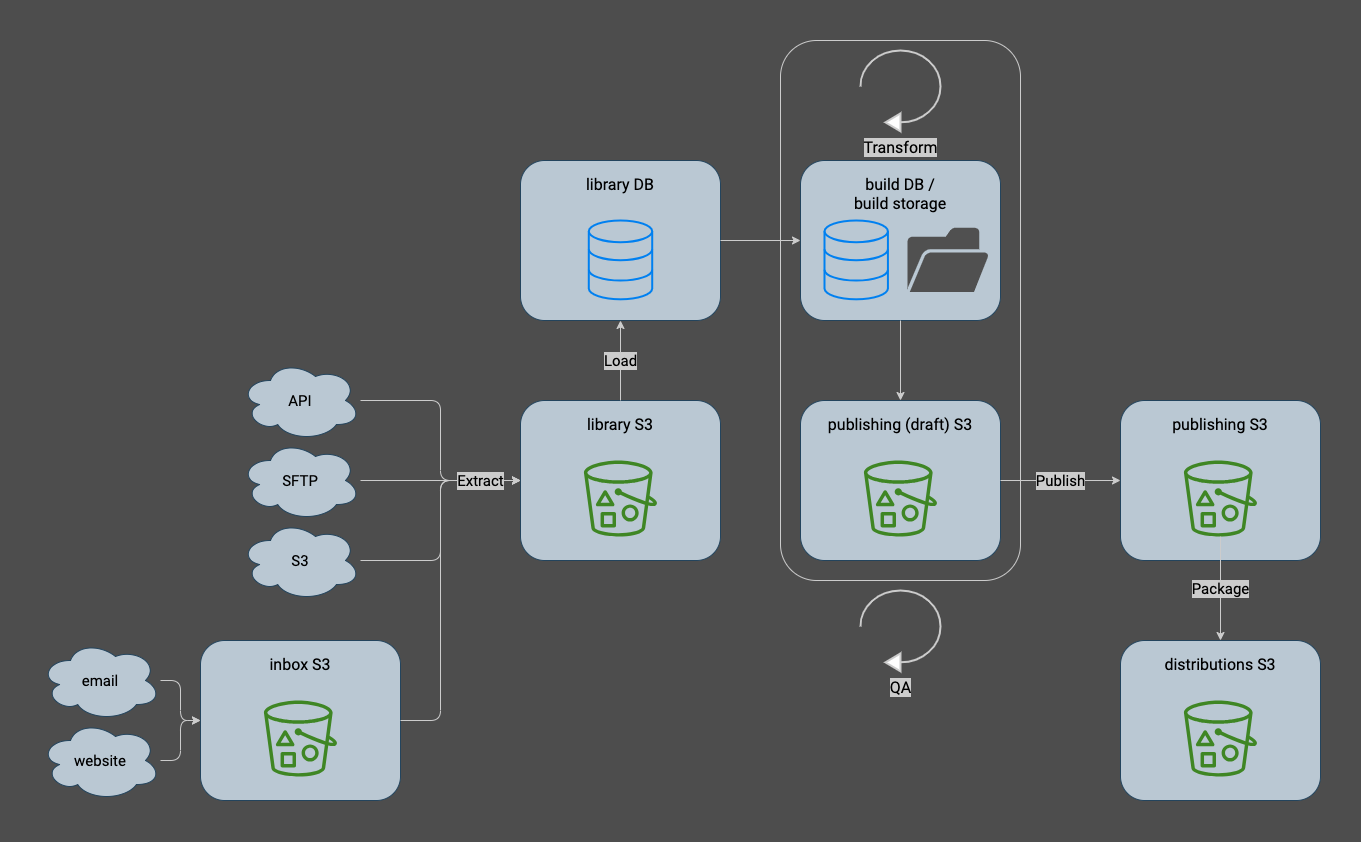
Above: docs/diagrams/data_platform.drawio.png in NYCPlanning/data-engineering (draw.io), before the change. Source tidied: cells renumbered, new cells last; positions are measured from the earlier drawing's top-left corner, leaving out a move shared by most shapes.
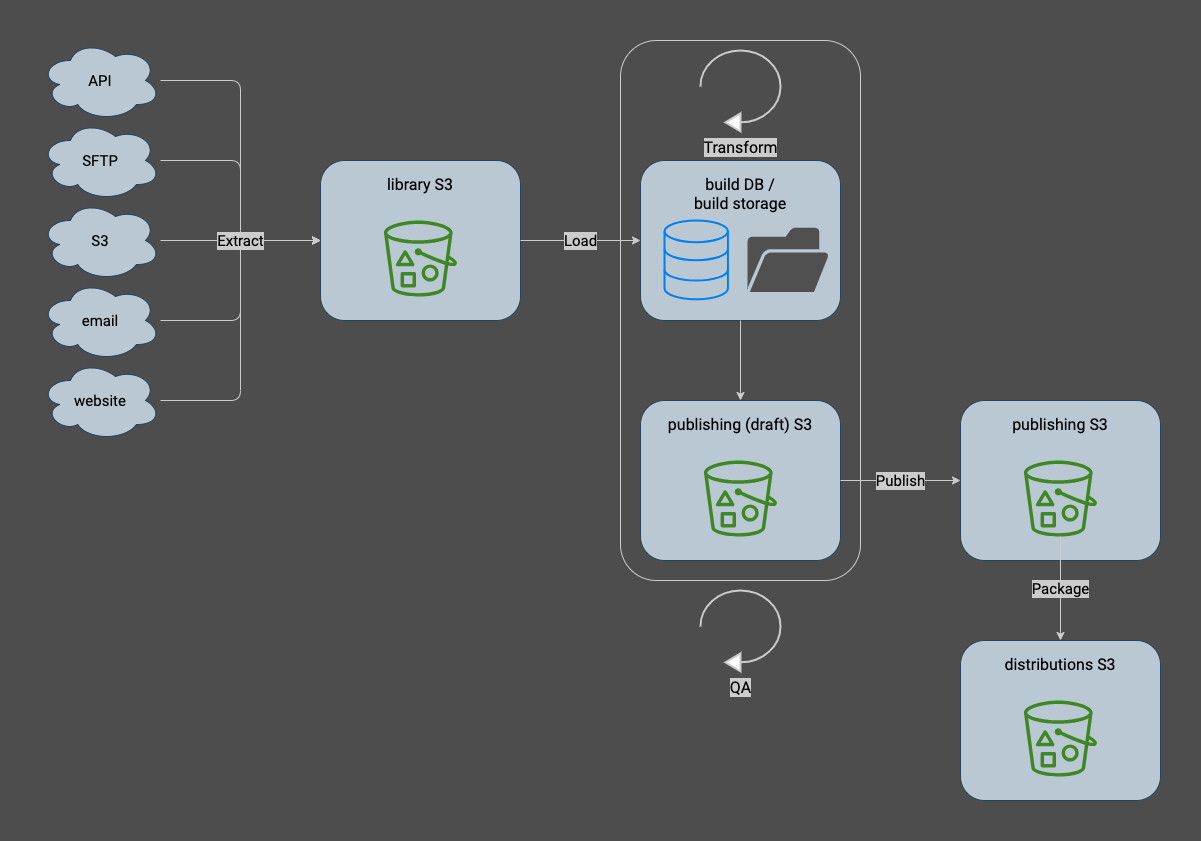
Above is the later version.

Commit message:
simplify data platform diagram

to reflect current state rather than roadmap ideas

The edit, as a diff of the source:
```diff
@@ -5,43 +5,35 @@
     <mxCell id="2" style="rounded=1;whiteSpace=wrap;html=1;fontFamily=Roboto;fontSource=https%3A%2F%2Ffonts.googleapis.com%2Fcss%3Ffamily%3DRoboto;fontSize=15;fontColor=#000000;fillColor=none;strokeColor=#CCCCCC;" parent="1" vertex="1">
       <mxGeometry x="740" width="240" height="540" as="geometry" />
     </mxCell>
-    <mxCell id="3" style="edgeStyle=orthogonalEdgeStyle;shape=connector;rounded=1;html=1;entryX=0;entryY=0.5;entryDx=0;entryDy=0;labelBackgroundColor=default;strokeColor=#CCCCCC;fontFamily=Roboto;fontSource=https%3A%2F%2Ffonts.googleapis.com%2Fcss%3Ffamily%3DRoboto;fontSize=15;fontColor=#000000;endArrow=classic;" parent="1" edge="1" source="4" target="14">
-      <mxGeometry relative="1" as="geometry">
-        <Array as="points">
-          <mxPoint x="400" y="360" />
-          <mxPoint x="400" y="440" />
-        </Array>
-      </mxGeometry>
+    <mxCell id="3" style="edgeStyle=orthogonalEdgeStyle;shape=connector;rounded=1;html=1;entryX=0;entryY=0.5;entryDx=0;entryDy=0;labelBackgroundColor=#CCCCCC;labelBorderColor=none;strokeColor=#CCCCCC;fontFamily=Roboto;fontSource=https%3A%2F%2Ffonts.googleapis.com%2Fcss%3Ffamily%3DRoboto;fontSize=15;fontColor=#000000;endArrow=classic;" parent="1" edge="1" source="4" target="14">
+      <mxGeometry relative="1" as="geometry" />
     </mxCell>
     <mxCell id="4" value="API" style="ellipse;shape=cloud;whiteSpace=wrap;html=1;fontSize=15;fillColor=#bac8d3;strokeColor=#23445d;fontFamily=Roboto;fontSource=https%3A%2F%2Ffonts.googleapis.com%2Fcss%3Ffamily%3DRoboto;" parent="1" vertex="1">
-      <mxGeometry x="200" y="320" width="120" height="80" as="geometry" />
+      <mxGeometry x="160" width="120" height="80" as="geometry" />
     </mxCell>
-    <mxCell id="5" style="edgeStyle=orthogonalEdgeStyle;shape=connector;rounded=1;html=1;entryX=0;entryY=0.5;entryDx=0;entryDy=0;labelBackgroundColor=default;strokeColor=#CCCCCC;fontFamily=Roboto;fontSource=https%3A%2F%2Ffonts.googleapis.com%2Fcss%3Ffamily%3DRoboto;fontSize=15;fontColor=#000000;endArrow=classic;" parent="1" edge="1" source="6" target="26">
-      <mxGeometry relative="1" as="geometry" />
-    </mxCell>
+    <mxCell id="43" style="edgeStyle=orthogonalEdgeStyle;shape=connector;rounded=1;html=1;entryX=0;entryY=0.5;entryDx=0;entryDy=0;labelBackgroundColor=#CCCCCC;labelBorderColor=none;strokeColor=#CCCCCC;fontFamily=Roboto;fontSource=https%3A%2F%2Ffonts.googleapis.com%2Fcss%3Ffamily%3DRoboto;fontSize=15;fontColor=#000000;endArrow=classic;" parent="1" edge="1" source="6" target="14">
+      <mxGeometry relative="1" as="geometry" />
+    </mxCell>
     <mxCell id="6" value="email" style="ellipse;shape=cloud;whiteSpace=wrap;html=1;fontSize=15;fillColor=#bac8d3;strokeColor=#23445d;fontFamily=Roboto;fontSource=https%3A%2F%2Ffonts.googleapis.com%2Fcss%3Ffamily%3DRoboto;" parent="1" vertex="1">
-      <mxGeometry y="600" width="120" height="80" as="geometry" />
+      <mxGeometry x="160" y="240" width="120" height="80" as="geometry" />
     </mxCell>
-    <mxCell id="7" style="edgeStyle=orthogonalEdgeStyle;shape=connector;rounded=1;html=1;entryX=0;entryY=0.5;entryDx=0;entryDy=0;labelBackgroundColor=default;strokeColor=#CCCCCC;fontFamily=Roboto;fontSource=https%3A%2F%2Ffonts.googleapis.com%2Fcss%3Ffamily%3DRoboto;fontSize=15;fontColor=#000000;endArrow=classic;" parent="1" edge="1" source="8" target="26">
-      <mxGeometry relative="1" as="geometry" />
-    </mxCell>
+    <mxCell id="44" style="edgeStyle=orthogonalEdgeStyle;shape=connector;rounded=1;html=1;entryX=0;entryY=0.5;entryDx=0;entryDy=0;labelBackgroundColor=#CCCCCC;labelBorderColor=none;strokeColor=#CCCCCC;fontFamily=Roboto;fontSource=https%3A%2F%2Ffonts.googleapis.com%2Fcss%3Ffamily%3DRoboto;fontSize=15;fontColor=#000000;endArrow=classic;" parent="1" edge="1" source="8" target="14">
+      <mxGeometry relative="1" as="geometry" />
+    </mxCell>
     <mxCell id="8" value="website" style="ellipse;shape=cloud;whiteSpace=wrap;html=1;fontSize=15;fillColor=#bac8d3;strokeColor=#23445d;fontFamily=Roboto;fontSource=https%3A%2F%2Ffonts.googleapis.com%2Fcss%3Ffamily%3DRoboto;" parent="1" vertex="1">
-      <mxGeometry y="680" width="120" height="80" as="geometry" />
+      <mxGeometry x="160" y="320" width="120" height="80" as="geometry" />
     </mxCell>
-    <mxCell id="9" style="edgeStyle=orthogonalEdgeStyle;shape=connector;rounded=1;html=1;entryX=0;entryY=0.5;entryDx=0;entryDy=0;labelBackgroundColor=default;strokeColor=#CCCCCC;fontFamily=Roboto;fontSource=https%3A%2F%2Ffonts.googleapis.com%2Fcss%3Ffamily%3DRoboto;fontSize=15;fontColor=#000000;endArrow=classic;" parent="1" edge="1" source="10" target="14">
-      <mxGeometry relative="1" as="geometry" />
-    </mxCell>
     <mxCell id="10" value="S3" style="ellipse;shape=cloud;whiteSpace=wrap;html=1;fontSize=15;fillColor=#bac8d3;strokeColor=#23445d;fontFamily=Roboto;fontSource=https%3A%2F%2Ffonts.googleapis.com%2Fcss%3Ffamily%3DRoboto;" parent="1" vertex="1">
-      <mxGeometry x="200" y="480" width="120" height="80" as="geometry" />
+      <mxGeometry x="160" y="160" width="120" height="80" as="geometry" />
     </mxCell>
-    <mxCell id="11" style="edgeStyle=orthogonalEdgeStyle;shape=connector;rounded=1;html=1;entryX=0;entryY=0.5;entryDx=0;entryDy=0;labelBackgroundColor=default;strokeColor=#CCCCCC;fontFamily=Roboto;fontSource=https%3A%2F%2Ffonts.googleapis.com%2Fcss%3Ffamily%3DRoboto;fontSize=15;fontColor=#000000;endArrow=classic;" parent="1" edge="1" source="12" target="14">
+    <mxCell id="11" style="edgeStyle=orthogonalEdgeStyle;shape=connector;rounded=1;html=1;entryX=0;entryY=0.5;entryDx=0;entryDy=0;labelBackgroundColor=#CCCCCC;labelBorderColor=none;strokeColor=#CCCCCC;fontFamily=Roboto;fontSource=https%3A%2F%2Ffonts.googleapis.com%2Fcss%3Ffamily%3DRoboto;fontSize=15;fontColor=#000000;endArrow=classic;" parent="1" edge="1" source="12" target="14">
       <mxGeometry relative="1" as="geometry" />
     </mxCell>
     <mxCell id="12" value="SFTP" style="ellipse;shape=cloud;whiteSpace=wrap;html=1;fontSize=15;fillColor=#bac8d3;strokeColor=#23445d;fontFamily=Roboto;fontSource=https%3A%2F%2Ffonts.googleapis.com%2Fcss%3Ffamily%3DRoboto;" parent="1" vertex="1">
-      <mxGeometry x="200" y="400" width="120" height="80" as="geometry" />
+      <mxGeometry x="160" y="80" width="120" height="80" as="geometry" />
     </mxCell>
     <mxCell id="13" style="group;fontFamily=Roboto;fontSource=https%3A%2F%2Ffonts.googleapis.com%2Fcss%3Ffamily%3DRoboto;fontSize=10;" parent="1" vertex="1">
-      <mxGeometry x="480" y="360" width="200" height="160" as="geometry" />
+      <mxGeometry x="440" y="120" width="200" height="160" as="geometry" />
     </mxCell>
     <mxCell id="14" value="library S3" style="rounded=1;whiteSpace=wrap;html=1;fontFamily=Roboto;fontSize=16;fontColor=default;align=center;strokeColor=#23445d;fillColor=#bac8d3;fillStyle=solid;verticalAlign=top;spacing=10;fontSource=https%3A%2F%2Ffonts.googleapis.com%2Fcss%3Ffamily%3DRoboto;" parent="13" vertex="1">
       <mxGeometry width="200" height="160" as="geometry" />
@@ -61,7 +53,7 @@
     <mxCell id="19" style="sketch=0;shadow=0;dashed=0;html=1;strokeColor=none;fillColor=#505050;labelPosition=center;verticalLabelPosition=bottom;verticalAlign=top;align=center;shape=mxgraph.office.concepts.folder_open;fontSize=16;" parent="16" vertex="1">
       <mxGeometry x="107" y="67.3" width="81.5" height="64.1" as="geometry" />
     </mxCell>
-    <mxCell id="20" value="Load" style="edgeStyle=orthogonalEdgeStyle;html=1;fontSize=15;fontColor=#000000;strokeColor=#CCCCCC;exitX=0.5;exitY=0;exitDx=0;exitDy=0;entryX=0.5;entryY=1;entryDx=0;entryDy=0;fontFamily=Roboto;fontSource=https%3A%2F%2Ffonts.googleapis.com%2Fcss%3Ffamily%3DRoboto;labelBackgroundColor=#CCCCCC;labelBorderColor=none;" parent="1" edge="1" source="14" target="34">
+    <mxCell id="20" value="Load" style="edgeStyle=orthogonalEdgeStyle;html=1;fontSize=15;fontColor=#000000;strokeColor=#CCCCCC;exitX=1;exitY=0.5;exitDx=0;exitDy=0;entryX=0;entryY=0.5;entryDx=0;entryDy=0;fontFamily=Roboto;fontSource=https%3A%2F%2Ffonts.googleapis.com%2Fcss%3Ffamily%3DRoboto;labelBackgroundColor=#CCCCCC;labelBorderColor=none;" parent="1" edge="1" source="14" target="17">
       <mxGeometry relative="1" as="geometry" />
     </mxCell>
     <mxCell id="21" style="group;fontFamily=Roboto;fontSource=https%3A%2F%2Ffonts.googleapis.com%2Fcss%3Ffamily%3DRoboto;fontSize=10;" parent="1" vertex="1">
@@ -76,23 +68,6 @@
     <mxCell id="24" style="edgeStyle=orthogonalEdgeStyle;shape=connector;rounded=1;html=1;labelBackgroundColor=#CCCCCC;strokeColor=#CCCCCC;fontFamily=Roboto;fontSource=https%3A%2F%2Ffonts.googleapis.com%2Fcss%3Ffamily%3DRoboto;fontSize=15;fontColor=#000000;endArrow=classic;labelBorderColor=none;exitX=0.5;exitY=1;exitDx=0;exitDy=0;entryX=0.5;entryY=0;entryDx=0;entryDy=0;" parent="1" edge="1" source="17" target="30">
       <mxGeometry relative="1" as="geometry" />
     </mxCell>
-    <mxCell id="25" style="group;fontFamily=Roboto;fontSource=https%3A%2F%2Ffonts.googleapis.com%2Fcss%3Ffamily%3DRoboto;fontSize=10;" parent="1" vertex="1">
-      <mxGeometry x="160" y="600" width="200" height="160" as="geometry" />
-    </mxCell>
-    <mxCell id="26" value="inbox S3" style="rounded=1;whiteSpace=wrap;html=1;fontFamily=Roboto;fontSize=16;fontColor=default;align=center;strokeColor=#23445d;fillColor=#bac8d3;fillStyle=solid;verticalAlign=top;spacing=10;fontSource=https%3A%2F%2Ffonts.googleapis.com%2Fcss%3Ffamily%3DRoboto;" parent="25" vertex="1">
-      <mxGeometry width="200" height="160" as="geometry" />
-    </mxCell>
-    <mxCell id="27" style="sketch=0;fontColor=#232F3E;gradientColor=none;fillColor=#3F8624;strokeColor=none;dashed=0;verticalLabelPosition=bottom;verticalAlign=top;align=center;html=1;fontSize=16;fontStyle=0;shape=mxgraph.aws4.bucket_with_objects;fontFamily=Roboto;fontSource=https%3A%2F%2Ffonts.googleapis.com%2Fcss%3Ffamily%3DRoboto;" parent="25" vertex="1">
-      <mxGeometry x="63.4" y="60" width="73.2" height="76.1" as="geometry" />
-    </mxCell>
-    <mxCell id="28" value="Extract" style="edgeStyle=orthogonalEdgeStyle;shape=connector;rounded=1;html=1;labelBackgroundColor=#CCCCCC;strokeColor=#CCCCCC;fontFamily=Roboto;fontSize=15;fontColor=#000000;endArrow=classic;entryX=0;entryY=0.5;entryDx=0;entryDy=0;fontSource=https%3A%2F%2Ffonts.googleapis.com%2Fcss%3Ffamily%3DRoboto;exitX=1;exitY=0.5;exitDx=0;exitDy=0;labelBorderColor=none;" parent="1" edge="1" source="26" target="14">
-      <mxGeometry x="0.78" relative="1" as="geometry">
-        <Array as="points">
-          <mxPoint x="400" y="680" />
-          <mxPoint x="400" y="440" />
-        </Array>
-      </mxGeometry>
-    </mxCell>
     <mxCell id="29" style="group;fontFamily=Roboto;fontSource=https%3A%2F%2Ffonts.googleapis.com%2Fcss%3Ffamily%3DRoboto;fontSize=10;" parent="1" vertex="1">
       <mxGeometry x="760" y="360" width="200" height="160" as="geometry" />
     </mxCell>
@@ -105,21 +80,9 @@
     <mxCell id="32" value="Publish" style="edgeStyle=orthogonalEdgeStyle;shape=connector;rounded=1;html=1;labelBackgroundColor=#CCCCCC;strokeColor=#CCCCCC;fontFamily=Roboto;fontSize=15;fontColor=#000000;endArrow=classic;fontSource=https%3A%2F%2Ffonts.googleapis.com%2Fcss%3Ffamily%3DRoboto;labelBorderColor=none;exitX=1;exitY=0.5;exitDx=0;exitDy=0;entryX=0;entryY=0.5;entryDx=0;entryDy=0;" parent="1" edge="1" source="30" target="22">
       <mxGeometry relative="1" as="geometry" />
     </mxCell>
-    <mxCell id="33" style="group;fontFamily=Roboto;fontSource=https%3A%2F%2Ffonts.googleapis.com%2Fcss%3Ffamily%3DRoboto;fontSize=10;" parent="1" vertex="1">
-      <mxGeometry x="480" y="120" width="200" height="160" as="geometry" />
-    </mxCell>
-    <mxCell id="34" value="library DB" style="rounded=1;whiteSpace=wrap;html=1;fontFamily=Roboto;fontSize=16;fontColor=default;align=center;strokeColor=#23445d;fillColor=#bac8d3;fillStyle=solid;verticalAlign=top;spacing=10;fontSource=https%3A%2F%2Ffonts.googleapis.com%2Fcss%3Ffamily%3DRoboto;" parent="33" vertex="1">
-      <mxGeometry width="200" height="160" as="geometry" />
-    </mxCell>
-    <mxCell id="35" style="html=1;verticalLabelPosition=bottom;align=center;labelBackgroundColor=#ffffff;verticalAlign=top;strokeWidth=2;strokeColor=#0080F0;shadow=0;dashed=0;shape=mxgraph.ios7.icons.data;fontSize=16;fontColor=#000000;fillColor=none;fontFamily=Roboto;fontSource=https%3A%2F%2Ffonts.googleapis.com%2Fcss%3Ffamily%3DRoboto;" parent="33" vertex="1">
-      <mxGeometry x="68.3" y="60" width="63.4" height="78.8" as="geometry" />
-    </mxCell>
     <mxCell id="36" value="Transform" style="html=1;verticalLabelPosition=bottom;align=center;labelBackgroundColor=#CCCCCC;verticalAlign=top;strokeWidth=2;strokeColor=#CCCCCC;shadow=0;dashed=0;shape=mxgraph.ios7.icons.reload;fontFamily=Roboto;fontSource=https%3A%2F%2Ffonts.googleapis.com%2Fcss%3Ffamily%3DRoboto;fontSize=16;fontColor=#000000;labelBorderColor=none;horizontal=1;direction=west;" parent="1" vertex="1">
       <mxGeometry x="819.9" y="10" width="80.2" height="80.8" as="geometry" />
     </mxCell>
-    <mxCell id="37" style="edgeStyle=orthogonalEdgeStyle;html=1;fontSize=15;fontColor=#000000;strokeColor=#CCCCCC;exitX=1;exitY=0.5;exitDx=0;exitDy=0;entryX=0;entryY=0.5;entryDx=0;entryDy=0;fontFamily=Roboto;fontSource=https%3A%2F%2Ffonts.googleapis.com%2Fcss%3Ffamily%3DRoboto;labelBackgroundColor=#CCCCCC;labelBorderColor=none;" parent="1" edge="1" source="34" target="17">
-      <mxGeometry relative="1" as="geometry" />
-    </mxCell>
     <mxCell id="38" value="QA" style="html=1;verticalLabelPosition=bottom;align=center;labelBackgroundColor=#CCCCCC;verticalAlign=top;strokeWidth=2;strokeColor=#CCCCCC;shadow=0;dashed=0;shape=mxgraph.ios7.icons.reload;fontFamily=Roboto;fontSource=https%3A%2F%2Ffonts.googleapis.com%2Fcss%3Ffamily%3DRoboto;fontSize=16;fontColor=#000000;labelBorderColor=none;horizontal=1;direction=west;" parent="1" vertex="1">
       <mxGeometry x="819.9" y="550" width="80.2" height="80.8" as="geometry" />
     </mxCell>
@@ -135,5 +98,8 @@
     <mxCell id="42" value="Package" style="edgeStyle=orthogonalEdgeStyle;shape=connector;rounded=1;html=1;entryX=0.5;entryY=0;entryDx=0;entryDy=0;labelBackgroundColor=#CCCCCC;labelBorderColor=none;strokeColor=#CCCCCC;fontFamily=Roboto;fontSource=https%3A%2F%2Ffonts.googleapis.com%2Fcss%3Ffamily%3DRoboto;fontSize=15;fontColor=#000000;endArrow=classic;" parent="1" edge="1" source="23" target="40">
       <mxGeometry relative="1" as="geometry" />
     </mxCell>
+    <mxCell id="28" value="Extract" style="edgeStyle=orthogonalEdgeStyle;shape=connector;rounded=1;html=1;labelBackgroundColor=#CCCCCC;strokeColor=#CCCCCC;fontFamily=Roboto;fontSize=15;fontColor=#000000;endArrow=classic;entryX=0;entryY=0.5;entryDx=0;entryDy=0;fontSource=https%3A%2F%2Ffonts.googleapis.com%2Fcss%3Ffamily%3DRoboto;labelBorderColor=none;" parent="1" edge="1" source="10" target="14">
+      <mxGeometry relative="1" as="geometry" />
+    </mxCell>
   </root>
 </mxGraphModel>
```
